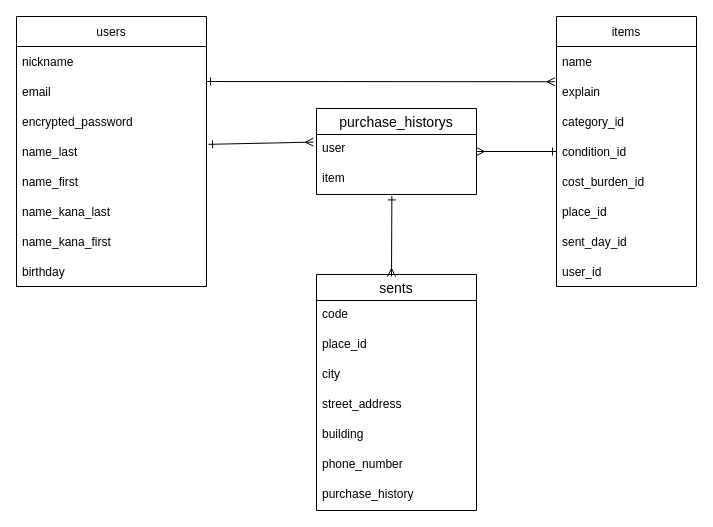
Above: .dio in morimonchan/furima-38403 (draw.io), before the change. Source tidied: cells renumbered, new cells numbered last; positions are measured from the earlier drawing's top-left corner, leaving out a move shared by most shapes. Both pictures are drawn from the tidied source at 100%, with x=0, y=0 at pixel (16, 16).
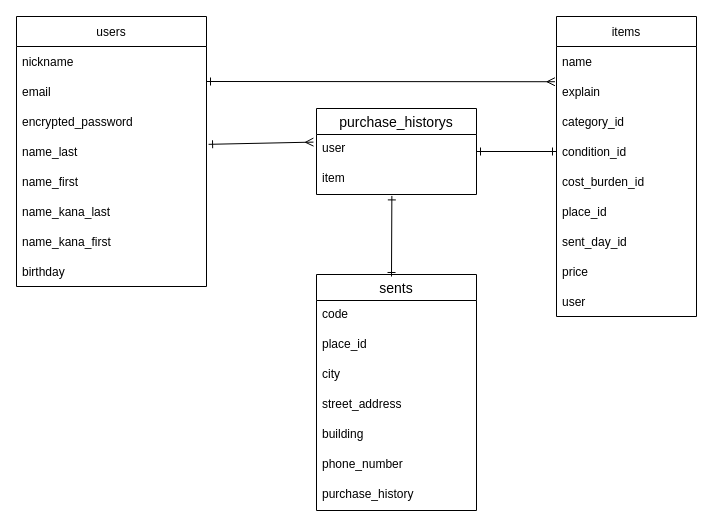
The same page after the edit.

Commit message (it also covers changes not shown here):
ER図,README修正⑤

The change refers to these unchanged cells:
```xml
<mxCell id="6" value="condition_id" style="text;strokeColor=none;fillColor=none;align=left;verticalAlign=middle;spacingLeft=4;spacingRight=4;overflow=hidden;points=[[0,0.5],[1,0.5]];portConstraint=eastwest;" parent="2" vertex="1">
  <mxGeometry y="120" width="140" height="30" as="geometry" />
</mxCell>
<mxCell id="32" value="purchase_historys" style="swimlane;fontStyle=0;horizontal=1;startSize=26;align=center;fontSize=14;" parent="1" vertex="1">
  <mxGeometry x="300" y="92" width="160" height="86" as="geometry" />
</mxCell>
<mxCell id="34" value="item" style="text;strokeColor=none;fillColor=none;spacingLeft=4;spacingRight=4;overflow=hidden;points=[[0,0.5],[1,0.5]];portConstraint=eastwest;fontSize=12;" parent="32" vertex="1">
  <mxGeometry y="56" width="160" height="30" as="geometry" />
</mxCell>
```

What changed in the source:
```diff
@@
     <mxCell id="2" value="items" style="swimlane;fontStyle=0;horizontal=1;startSize=30;" parent="1" vertex="1">
-      <mxGeometry x="540" width="140" height="270" as="geometry" />
+      <mxGeometry x="540" width="140" height="300" as="geometry" />
     </mxCell>
@@
+    <mxCell id="35" value="price" style="text;strokeColor=none;fillColor=none;align=left;verticalAlign=middle;spacingLeft=4;spacingRight=4;overflow=hidden;" parent="2" vertex="1">
+      <mxGeometry y="240" width="140" height="30" as="geometry" />
+    </mxCell>
-    <mxCell id="10" value="user_id" style="text;strokeColor=none;fillColor=none;align=left;verticalAlign=middle;spacingLeft=4;spacingRight=4;overflow=hidden;" parent="2" vertex="1">
-      <mxGeometry y="240" width="140" height="30" as="geometry" />
+    <mxCell id="10" value="user" style="text;strokeColor=none;fillColor=none;align=left;verticalAlign=middle;spacingLeft=4;spacingRight=4;overflow=hidden;" parent="2" vertex="1">
+      <mxGeometry y="270" width="140" height="30" as="geometry" />
     </mxCell>
@@
-    <mxCell id="21" style="edgeStyle=none;html=1;startArrow=ERone;startFill=0;endArrow=ERmany;endFill=0;exitX=0;exitY=0.5;exitDx=0;exitDy=0;" parent="1" edge="1" source="6" target="32">
+    <mxCell id="21" style="edgeStyle=none;html=1;startArrow=ERone;startFill=0;endArrow=ERone;endFill=0;exitX=0;exitY=0.5;exitDx=0;exitDy=0;" parent="1" edge="1" source="6" target="32">
       <mxGeometry relative="1" as="geometry" />
     </mxCell>
@@
-    <mxCell id="31" style="edgeStyle=none;html=1;startArrow=ERmany;startFill=0;endArrow=ERone;endFill=0;entryX=0.471;entryY=1.047;entryDx=0;entryDy=0;entryPerimeter=0;" parent="1" edge="1" target="34">
+    <mxCell id="31" style="edgeStyle=none;html=1;startArrow=ERone;startFill=0;endArrow=ERone;endFill=0;entryX=0.471;entryY=1.047;entryDx=0;entryDy=0;entryPerimeter=0;" parent="1" edge="1" target="34">
       <mxGeometry relative="1" as="geometry">
         <mxPoint x="375" y="260" as="sourcePoint" />
       </mxGeometry>
     </mxCell>
```
